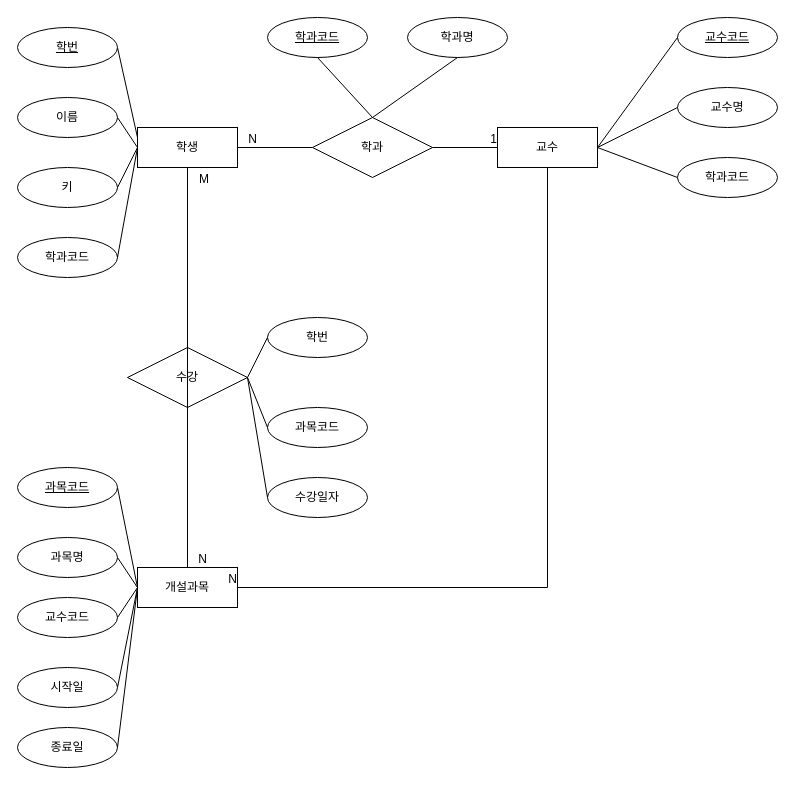
Earlier version of the draw.io diagram page "Page-1" (1 of 2) of erd/edu.drawio (ChuBeomSik/oraclesource). Source tidied: cells renumbered, new cells numbered last; positions are measured from the earlier drawing's top-left corner, leaving out a move shared by most shapes. Both pictures are drawn from the tidied source at 100%, with x=0, y=0 at pixel (17, 17).
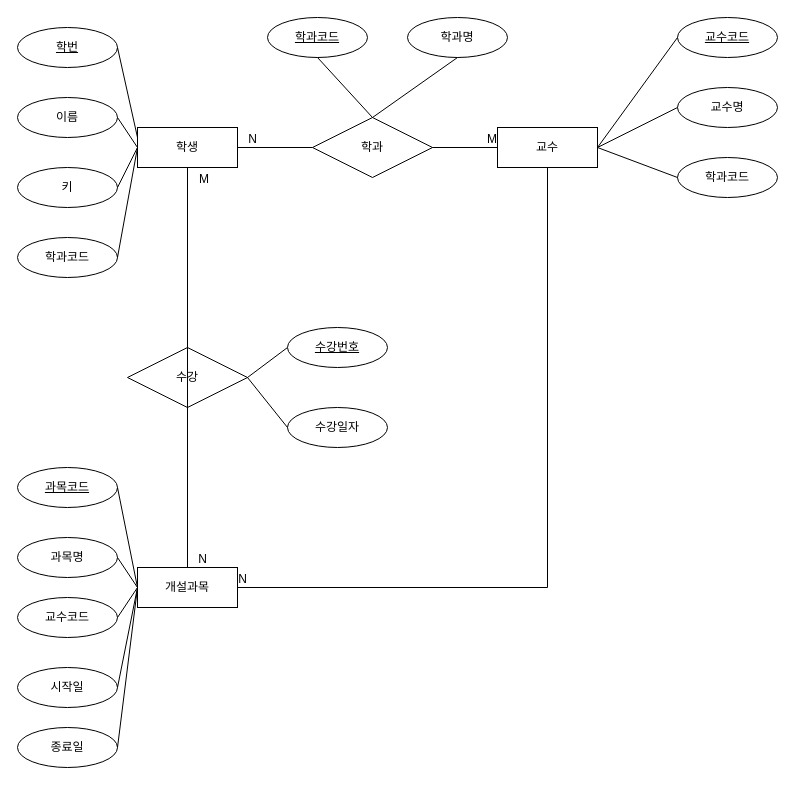
The same diagram, later.

The change refers to these unchanged cells:
```xml
<mxCell id="34" value="수강" style="shape=rhombus;perimeter=rhombusPerimeter;whiteSpace=wrap;html=1;align=center;" parent="1" vertex="1">
  <mxGeometry x="110" y="330" width="120" height="60" as="geometry" />
</mxCell>
<mxCell id="41" style="endArrow=none;html=1;rounded=0;entryX=0;entryY=0.5;entryDx=0;entryDy=0;exitX=1;exitY=0.5;exitDx=0;exitDy=0;" parent="1" edge="1" source="12" target="11">
  <mxGeometry relative="1" as="geometry" />
</mxCell>
<mxCell id="46" style="endArrow=none;html=1;rounded=0;exitX=0.5;exitY=1;exitDx=0;exitDy=0;entryX=1;entryY=0.5;entryDx=0;entryDy=0;" parent="1" edge="1" source="11" target="23">
  <mxGeometry relative="1" as="geometry">
    <Array as="points">
      <mxPoint x="530" y="570" />
    </Array>
  </mxGeometry>
</mxCell>
```

The edit, as a diff of the source:
```diff
@@
-    <mxCell id="35" value="학번" style="ellipse;whiteSpace=wrap;html=1;align=center;" parent="1" vertex="1">
-      <mxGeometry x="250" y="300" width="100" height="40" as="geometry" />
-    </mxCell>
-    <mxCell id="36" value="과목코드" style="ellipse;whiteSpace=wrap;html=1;align=center;" parent="1" vertex="1">
-      <mxGeometry x="250" y="390" width="100" height="40" as="geometry" />
-    </mxCell>
-    <mxCell id="37" style="endArrow=none;html=1;rounded=0;exitX=1;exitY=0.5;exitDx=0;exitDy=0;entryX=0;entryY=0.5;entryDx=0;entryDy=0;" parent="1" edge="1" source="34" target="35">
+    <mxCell id="37" style="endArrow=none;html=1;rounded=0;exitX=1;exitY=0.5;exitDx=0;exitDy=0;entryX=0;entryY=0.5;entryDx=0;entryDy=0;" parent="1" edge="1" source="34" target="50">
       <mxGeometry relative="1" as="geometry" />
     </mxCell>
-    <mxCell id="38" style="endArrow=none;html=1;rounded=0;exitX=1;exitY=0.5;exitDx=0;exitDy=0;entryX=0;entryY=0.5;entryDx=0;entryDy=0;" parent="1" edge="1" source="34" target="36">
-      <mxGeometry relative="1" as="geometry" />
-    </mxCell>
@@
-    <mxCell id="42" value="1" style="html=1;align=right;verticalAlign=bottom;" parent="41" vertex="1">
+    <mxCell id="42" value="M" style="html=1;align=right;verticalAlign=bottom;" parent="41" vertex="1">
       <mxGeometry x="1" relative="1" as="geometry" />
     </mxCell>
@@
     <mxCell id="47" value="N" style="html=1;align=right;verticalAlign=bottom;" parent="46" vertex="1">
-      <mxGeometry x="1" relative="1" as="geometry" />
+      <mxGeometry x="1" relative="1" as="geometry">
+        <mxPoint x="10" as="offset" />
+      </mxGeometry>
     </mxCell>
     <mxCell id="48" value="수강일자" style="ellipse;whiteSpace=wrap;html=1;align=center;" parent="1" vertex="1">
-      <mxGeometry x="250" y="460" width="100" height="40" as="geometry" />
+      <mxGeometry x="270" y="390" width="100" height="40" as="geometry" />
     </mxCell>
@@
+    <mxCell id="50" value="수강번호" style="ellipse;whiteSpace=wrap;html=1;align=center;fontStyle=4;" parent="1" vertex="1">
+      <mxGeometry x="270" y="310" width="100" height="40" as="geometry" />
+    </mxCell>
```
